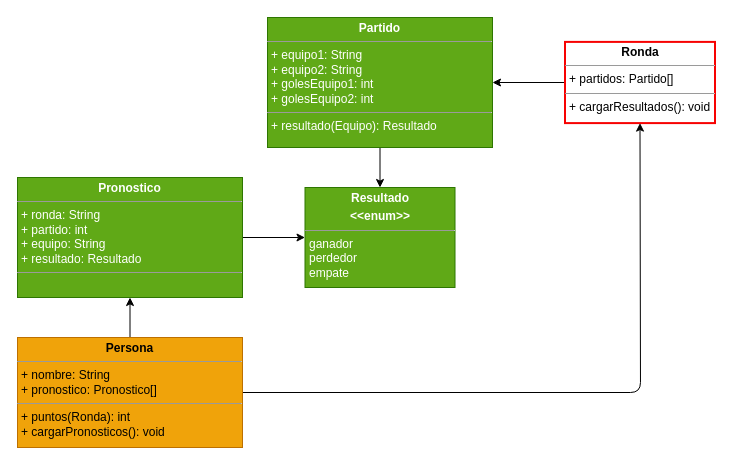
Earlier version of the draw.io diagram especificaciones/Diagrama modificado.drawio (DogtorColmillo/Trabajo-Integrador). Source tidied: cells renumbered, new cells numbered last; positions are measured from the earlier drawing's top-left corner, leaving out a move shared by most shapes. Both pictures are drawn from the tidied source at 100%, with x=0, y=0 at pixel (17, 17).
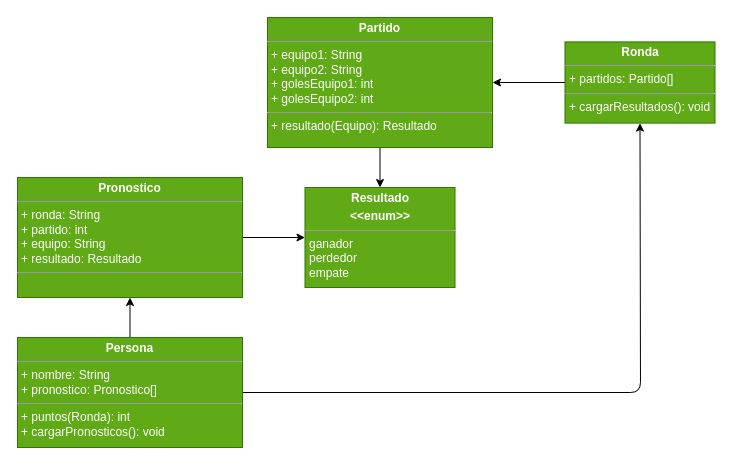
Above is the later version.

Commit message:
Entrega 2: Corregido Diagrama

The edit, as a diff of the source:
```diff
@@
 <mxGraphModel>
   <root>
     <mxCell id="0" />
     <mxCell id="1" parent="0" />
     <mxCell id="2" style="edgeStyle=none;html=1;exitX=0.5;exitY=1;exitDx=0;exitDy=0;entryX=0.5;entryY=0;entryDx=0;entryDy=0;" parent="1" edge="1" source="3" target="6">
       <mxGeometry relative="1" as="geometry" />
     </mxCell>
     <mxCell id="3" value="&lt;p style=&quot;margin:0px;margin-top:4px;text-align:center;&quot;&gt;&lt;b&gt;Partido&lt;/b&gt;&lt;/p&gt;&lt;hr size=&quot;1&quot;&gt;&lt;p style=&quot;margin:0px;margin-left:4px;&quot;&gt;+ equipo1: String&lt;/p&gt;&lt;p style=&quot;margin:0px;margin-left:4px;&quot;&gt;+ equipo2: String&lt;br&gt;&lt;/p&gt;&lt;p style=&quot;margin:0px;margin-left:4px;&quot;&gt;+ golesEquipo1: int&lt;/p&gt;&lt;p style=&quot;margin:0px;margin-left:4px;&quot;&gt;+ golesEquipo2: int&lt;br&gt;&lt;/p&gt;&lt;hr size=&quot;1&quot;&gt;&lt;p style=&quot;margin:0px;margin-left:4px;&quot;&gt;+ resultado(Equipo): Resultado&lt;/p&gt;" style="verticalAlign=top;align=left;overflow=fill;fontSize=12;fontFamily=Helvetica;html=1;strokeColor=#2D7600;strokeWidth=1;fillColor=#60a917;fontColor=#ffffff;" parent="1" vertex="1">
       <mxGeometry x="250" width="225" height="130" as="geometry" />
     </mxCell>
     <mxCell id="4" style="edgeStyle=none;html=1;exitX=0;exitY=0.5;exitDx=0;exitDy=0;entryX=1;entryY=0.5;entryDx=0;entryDy=0;" parent="1" edge="1" source="5" target="3">
       <mxGeometry relative="1" as="geometry" />
     </mxCell>
-    <mxCell id="5" value="&lt;p style=&quot;margin:0px;margin-top:4px;text-align:center;&quot;&gt;&lt;b&gt;Ronda&lt;/b&gt;&lt;/p&gt;&lt;hr size=&quot;1&quot;&gt;&lt;p style=&quot;margin:0px;margin-left:4px;&quot;&gt;&lt;span style=&quot;background-color: initial;&quot;&gt;+ partidos: Partido[]&lt;/span&gt;&lt;br&gt;&lt;/p&gt;&lt;hr size=&quot;1&quot;&gt;&lt;p style=&quot;margin:0px;margin-left:4px;&quot;&gt;+ cargarResultados(): void&lt;/p&gt;" style="verticalAlign=top;align=left;overflow=fill;fontSize=12;fontFamily=Helvetica;html=1;strokeColor=#f70202;strokeWidth=2;" parent="1" vertex="1">
+    <mxCell id="5" value="&lt;p style=&quot;margin:0px;margin-top:4px;text-align:center;&quot;&gt;&lt;b&gt;Ronda&lt;/b&gt;&lt;/p&gt;&lt;hr size=&quot;1&quot;&gt;&lt;p style=&quot;margin:0px;margin-left:4px;&quot;&gt;&lt;span style=&quot;background-color: initial;&quot;&gt;+ partidos: Partido[]&lt;/span&gt;&lt;br&gt;&lt;/p&gt;&lt;hr size=&quot;1&quot;&gt;&lt;p style=&quot;margin:0px;margin-left:4px;&quot;&gt;+ cargarResultados(): void&lt;/p&gt;" style="verticalAlign=top;align=left;overflow=fill;fontSize=12;fontFamily=Helvetica;html=1;strokeColor=#2D7600;strokeWidth=1;fillColor=#60a917;fontColor=#ffffff;" parent="1" vertex="1">
       <mxGeometry x="547.5" y="24.4" width="150" height="81.2" as="geometry" />
     </mxCell>
     <mxCell id="6" value="&lt;p style=&quot;margin:0px;margin-top:4px;text-align:center;&quot;&gt;&lt;b&gt;Resultado&lt;/b&gt;&lt;/p&gt;&lt;p style=&quot;margin:0px;margin-top:4px;text-align:center;&quot;&gt;&lt;b&gt;&amp;lt;&amp;lt;enum&amp;gt;&amp;gt;&lt;/b&gt;&lt;/p&gt;&lt;hr size=&quot;1&quot;&gt;&lt;p style=&quot;margin:0px;margin-left:4px;&quot;&gt;ganador&lt;/p&gt;&lt;p style=&quot;margin:0px;margin-left:4px;&quot;&gt;perdedor&lt;/p&gt;&lt;p style=&quot;margin:0px;margin-left:4px;&quot;&gt;empate&lt;/p&gt;&lt;p style=&quot;margin:0px;margin-left:4px;&quot;&gt;&lt;br&gt;&lt;/p&gt;" style="verticalAlign=top;align=left;overflow=fill;fontSize=12;fontFamily=Helvetica;html=1;fillColor=#60a917;fontColor=#ffffff;strokeColor=#2D7600;" parent="1" vertex="1">
       <mxGeometry x="287.5" y="170" width="150" height="100" as="geometry" />
     </mxCell>
     <mxCell id="7" style="edgeStyle=none;html=1;exitX=1;exitY=0.5;exitDx=0;exitDy=0;entryX=0;entryY=0.5;entryDx=0;entryDy=0;" parent="1" edge="1" source="8" target="6">
       <mxGeometry relative="1" as="geometry" />
     </mxCell>
     <mxCell id="8" value="&lt;p style=&quot;margin:0px;margin-top:4px;text-align:center;&quot;&gt;&lt;b&gt;Pronostico&lt;/b&gt;&lt;/p&gt;&lt;hr size=&quot;1&quot;&gt;&lt;p style=&quot;margin:0px;margin-left:4px;&quot;&gt;&lt;span style=&quot;background-color: initial;&quot;&gt;+ ronda: String&lt;/span&gt;&lt;/p&gt;&lt;p style=&quot;margin:0px;margin-left:4px;&quot;&gt;&lt;span style=&quot;background-color: initial;&quot;&gt;+ partido: int&lt;/span&gt;&lt;/p&gt;&lt;p style=&quot;margin:0px;margin-left:4px;&quot;&gt;&lt;span style=&quot;background-color: initial;&quot;&gt;+ equipo: String&lt;/span&gt;&lt;br&gt;&lt;/p&gt;&lt;p style=&quot;margin:0px;margin-left:4px;&quot;&gt;+ resultado: Resultado&lt;/p&gt;&lt;hr size=&quot;1&quot;&gt;&lt;p style=&quot;margin:0px;margin-left:4px;&quot;&gt;&lt;br&gt;&lt;/p&gt;" style="verticalAlign=top;align=left;overflow=fill;fontSize=12;fontFamily=Helvetica;html=1;fillColor=#60a917;fontColor=#ffffff;strokeColor=#2D7600;" parent="1" vertex="1">
       <mxGeometry y="160" width="225" height="120" as="geometry" />
     </mxCell>
     <mxCell id="9" style="edgeStyle=none;html=1;exitX=0.5;exitY=0;exitDx=0;exitDy=0;entryX=0.5;entryY=1;entryDx=0;entryDy=0;" parent="1" edge="1" source="11" target="8">
       <mxGeometry relative="1" as="geometry" />
     </mxCell>
     <mxCell id="10" style="edgeStyle=none;html=1;exitX=1;exitY=0.5;exitDx=0;exitDy=0;entryX=0.5;entryY=1;entryDx=0;entryDy=0;" parent="1" edge="1" source="11" target="5">
       <mxGeometry relative="1" as="geometry">
         <Array as="points">
           <mxPoint x="623" y="375" />
         </Array>
       </mxGeometry>
     </mxCell>
-    <mxCell id="11" value="&lt;p style=&quot;margin:0px;margin-top:4px;text-align:center;&quot;&gt;&lt;b&gt;Persona&lt;/b&gt;&lt;/p&gt;&lt;hr size=&quot;1&quot;&gt;&lt;p style=&quot;margin:0px;margin-left:4px;&quot;&gt;&lt;span style=&quot;background-color: initial;&quot;&gt;+ nombre: String&lt;/span&gt;&lt;/p&gt;&lt;p style=&quot;margin:0px;margin-left:4px;&quot;&gt;&lt;span style=&quot;background-color: initial;&quot;&gt;+ pronostico: Pronostico[]&lt;/span&gt;&lt;/p&gt;&lt;hr size=&quot;1&quot;&gt;&lt;p style=&quot;margin:0px;margin-left:4px;&quot;&gt;+ puntos(Ronda): int&lt;/p&gt;&lt;p style=&quot;margin:0px;margin-left:4px;&quot;&gt;+ cargarPronosticos(): void&lt;/p&gt;" style="verticalAlign=top;align=left;overflow=fill;fontSize=12;fontFamily=Helvetica;html=1;fillColor=#f0a30a;fontColor=#000000;strokeColor=#BD7000;" parent="1" vertex="1">
+    <mxCell id="11" value="&lt;p style=&quot;margin:0px;margin-top:4px;text-align:center;&quot;&gt;&lt;b&gt;Persona&lt;/b&gt;&lt;/p&gt;&lt;hr size=&quot;1&quot;&gt;&lt;p style=&quot;margin:0px;margin-left:4px;&quot;&gt;&lt;span style=&quot;background-color: initial;&quot;&gt;+ nombre: String&lt;/span&gt;&lt;/p&gt;&lt;p style=&quot;margin:0px;margin-left:4px;&quot;&gt;&lt;span style=&quot;background-color: initial;&quot;&gt;+ pronostico: Pronostico[]&lt;/span&gt;&lt;/p&gt;&lt;hr size=&quot;1&quot;&gt;&lt;p style=&quot;margin:0px;margin-left:4px;&quot;&gt;+ puntos(Ronda): int&lt;/p&gt;&lt;p style=&quot;margin:0px;margin-left:4px;&quot;&gt;+ cargarPronosticos(): void&lt;/p&gt;" style="verticalAlign=top;align=left;overflow=fill;fontSize=12;fontFamily=Helvetica;html=1;fillColor=#60a917;fontColor=#ffffff;strokeColor=#2D7600;" parent="1" vertex="1">
       <mxGeometry y="320" width="225" height="110" as="geometry" />
     </mxCell>
   </root>
 </mxGraphModel>
```
